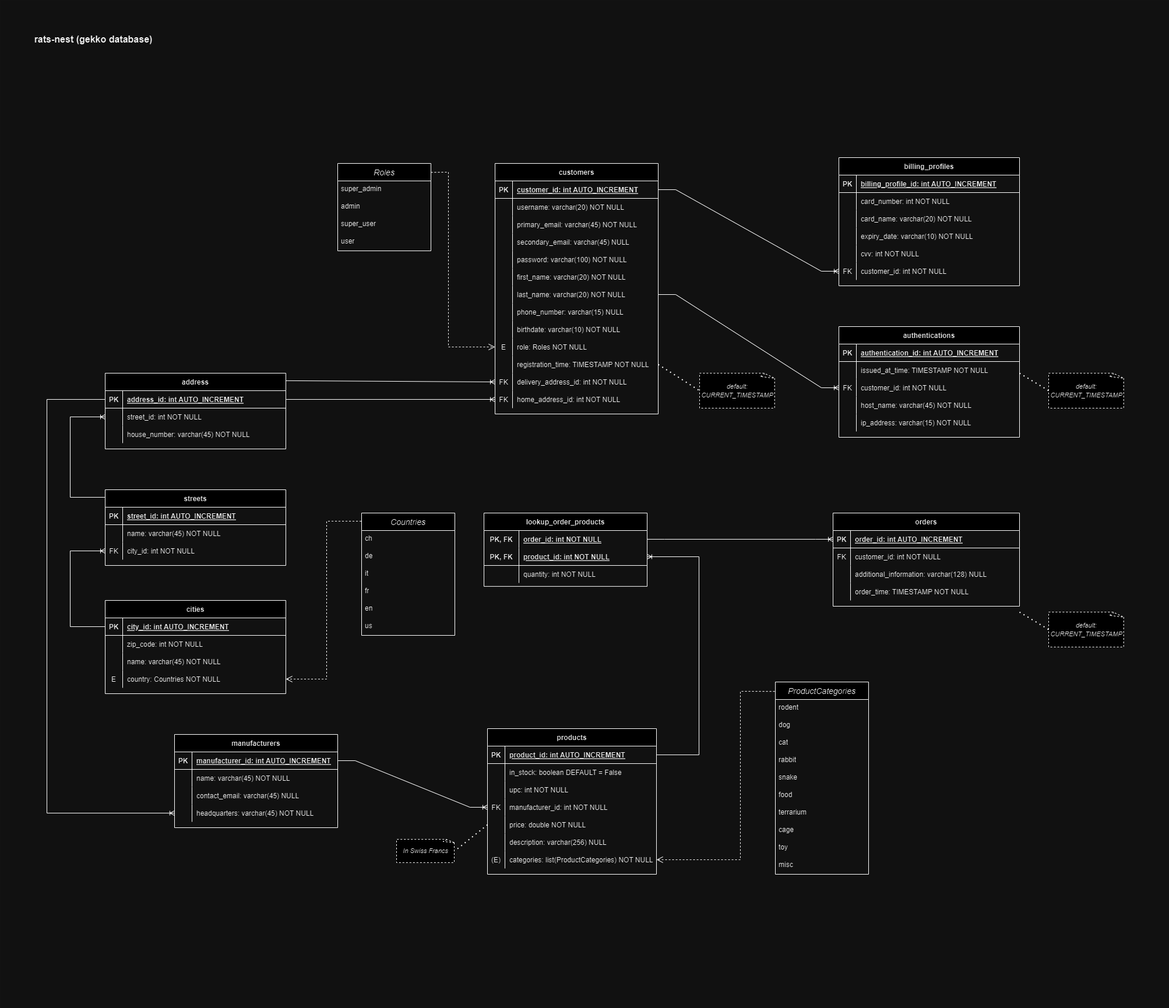
This is docs/erm/rats_nest_relational_erd.png from DavidAbderhalden/rats-nest, a draw.io export, as it was before one commit. Source tidied: cells renumbered, new cells last; positions are measured from the earlier drawing's top-left corner, leaving out a move shared by most shapes.
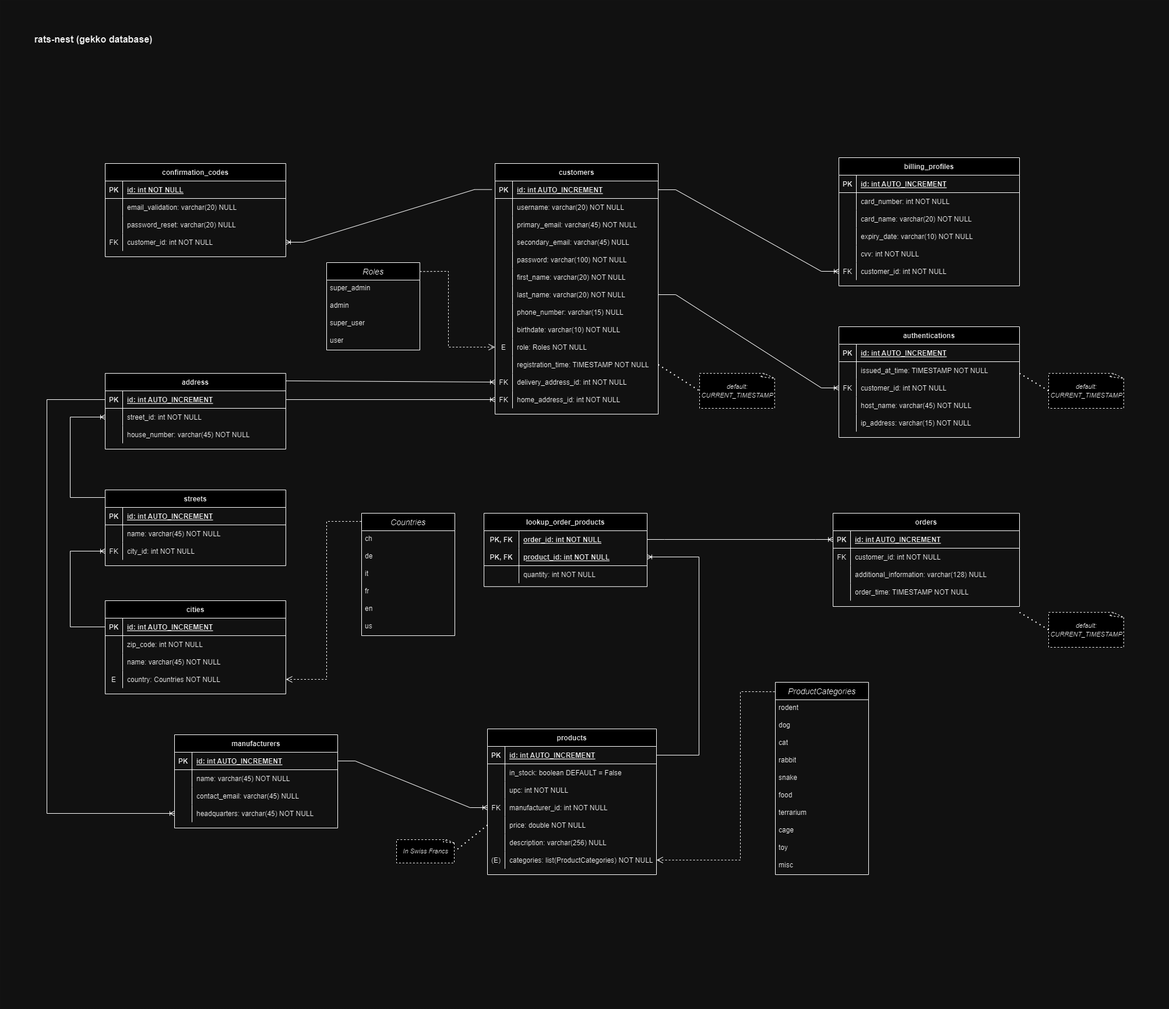
The same diagram one commit later.

Diff of the diagram source:
```diff
@@ -14,7 +14,7 @@
     <mxCell id="5" value="PK" style="shape=partialRectangle;overflow=hidden;fillColor=none;top=0;left=0;bottom=0;right=0;fontStyle=1;" parent="4" vertex="1">
       <mxGeometry width="30" height="30" as="geometry" />
     </mxCell>
-    <mxCell id="6" value="customer_id: int AUTO_INCREMENT" style="shape=partialRectangle;overflow=hidden;fillColor=none;top=0;left=0;bottom=0;right=0;align=left;spacingLeft=6;fontStyle=5;" parent="4" vertex="1">
+    <mxCell id="6" value="id: int AUTO_INCREMENT" style="shape=partialRectangle;overflow=hidden;fillColor=none;top=0;left=0;bottom=0;right=0;align=left;spacingLeft=6;fontStyle=5;" parent="4" vertex="1">
       <mxGeometry x="30" width="250" height="30" as="geometry" />
     </mxCell>
     <mxCell id="7" style="shape=partialRectangle;fillColor=none;top=0;left=0;right=0;bottom=0;" parent="3" vertex="1">
@@ -134,7 +134,7 @@
     <mxCell id="45" value="PK" style="shape=partialRectangle;overflow=hidden;fillColor=none;top=0;left=0;bottom=0;right=0;fontStyle=1;" parent="44" vertex="1">
       <mxGeometry width="30" height="30" as="geometry" />
     </mxCell>
-    <mxCell id="46" value="billing_profile_id: int AUTO_INCREMENT" style="shape=partialRectangle;overflow=hidden;fillColor=none;top=0;left=0;bottom=0;right=0;align=left;spacingLeft=6;fontStyle=5;" parent="44" vertex="1">
+    <mxCell id="46" value="id: int AUTO_INCREMENT" style="shape=partialRectangle;overflow=hidden;fillColor=none;top=0;left=0;bottom=0;right=0;align=left;spacingLeft=6;fontStyle=5;" parent="44" vertex="1">
       <mxGeometry x="30" width="280" height="30" as="geometry" />
     </mxCell>
     <mxCell id="47" style="shape=partialRectangle;fillColor=none;top=0;left=0;right=0;bottom=0;" parent="43" vertex="1">
@@ -192,7 +192,7 @@
       <mxGeometry relative="1" as="geometry" />
     </mxCell>
     <mxCell id="65" value="Roles" style="swimlane;fontStyle=2;horizontal=1;startSize=30;align=center;fontSize=14;" parent="1" vertex="1">
-      <mxGeometry x="579" y="280" width="160" height="150" as="geometry" />
+      <mxGeometry x="560" y="450" width="160" height="150" as="geometry" />
     </mxCell>
     <mxCell id="66" value="super_admin" style="text;strokeColor=none;fillColor=none;spacingLeft=4;spacingRight=4;overflow=hidden;fontSize=12;whiteSpace=wrap;html=1;" parent="65" vertex="1">
       <mxGeometry y="30" width="160" height="30" as="geometry" />
@@ -209,7 +209,7 @@
     <mxCell id="70" style="endArrow=open;html=1;rounded=0;exitX=1;exitY=0.102;exitDx=0;exitDy=0;entryX=0;entryY=0.5;entryDx=0;entryDy=0;exitPerimeter=0;dashed=1;endFill=0;strokeWidth=1;endSize=9;startSize=6;" parent="1" edge="1" source="65" target="31">
       <mxGeometry relative="1" as="geometry">
         <Array as="points">
-          <mxPoint x="769" y="295" />
+          <mxPoint x="769" y="465" />
           <mxPoint x="769" y="595" />
         </Array>
       </mxGeometry>
@@ -226,7 +226,7 @@
     <mxCell id="74" value="PK" style="shape=partialRectangle;overflow=hidden;fillColor=none;top=0;left=0;bottom=0;right=0;fontStyle=1;" parent="73" vertex="1">
       <mxGeometry width="30" height="30" as="geometry" />
     </mxCell>
-    <mxCell id="75" value="authentication_id: int AUTO_INCREMENT" style="shape=partialRectangle;overflow=hidden;fillColor=none;top=0;left=0;bottom=0;right=0;align=left;spacingLeft=6;fontStyle=5;" parent="73" vertex="1">
+    <mxCell id="75" value="id: int AUTO_INCREMENT" style="shape=partialRectangle;overflow=hidden;fillColor=none;top=0;left=0;bottom=0;right=0;align=left;spacingLeft=6;fontStyle=5;" parent="73" vertex="1">
       <mxGeometry x="30" width="280" height="30" as="geometry" />
     </mxCell>
     <mxCell id="76" style="shape=partialRectangle;fillColor=none;top=0;left=0;right=0;bottom=0;" parent="72" vertex="1">
@@ -286,7 +286,7 @@
     <mxCell id="93" value="PK" style="shape=partialRectangle;overflow=hidden;fillColor=none;top=0;left=0;bottom=0;right=0;fontStyle=1;" parent="92" vertex="1">
       <mxGeometry width="30" height="30" as="geometry" />
     </mxCell>
-    <mxCell id="94" value="product_id: int AUTO_INCREMENT" style="shape=partialRectangle;overflow=hidden;fillColor=none;top=0;left=0;bottom=0;right=0;align=left;spacingLeft=6;fontStyle=5;" parent="92" vertex="1">
+    <mxCell id="94" value="id: int AUTO_INCREMENT" style="shape=partialRectangle;overflow=hidden;fillColor=none;top=0;left=0;bottom=0;right=0;align=left;spacingLeft=6;fontStyle=5;" parent="92" vertex="1">
       <mxGeometry x="30" width="260" height="30" as="geometry" />
     </mxCell>
     <mxCell id="95" style="shape=partialRectangle;fillColor=none;top=0;left=0;right=0;bottom=0;" parent="91" vertex="1">
@@ -352,7 +352,7 @@
     <mxCell id="115" value="PK" style="shape=partialRectangle;overflow=hidden;fillColor=none;top=0;left=0;bottom=0;right=0;fontStyle=1;" parent="114" vertex="1">
       <mxGeometry width="30" height="30" as="geometry" />
     </mxCell>
-    <mxCell id="116" value="order_id: int AUTO_INCREMENT" style="shape=partialRectangle;overflow=hidden;fillColor=none;top=0;left=0;bottom=0;right=0;align=left;spacingLeft=6;fontStyle=5;" parent="114" vertex="1">
+    <mxCell id="116" value="id: int AUTO_INCREMENT" style="shape=partialRectangle;overflow=hidden;fillColor=none;top=0;left=0;bottom=0;right=0;align=left;spacingLeft=6;fontStyle=5;" parent="114" vertex="1">
       <mxGeometry x="30" width="290" height="30" as="geometry" />
     </mxCell>
     <mxCell id="117" style="shape=partialRectangle;fillColor=none;top=0;left=0;right=0;bottom=0;" parent="113" vertex="1">
@@ -454,7 +454,7 @@
     <mxCell id="149" value="PK" style="shape=partialRectangle;overflow=hidden;fillColor=none;top=0;left=0;bottom=0;right=0;fontStyle=1;" parent="148" vertex="1">
       <mxGeometry width="30" height="30" as="geometry" />
     </mxCell>
-    <mxCell id="150" value="manufacturer_id: int AUTO_INCREMENT" style="shape=partialRectangle;overflow=hidden;fillColor=none;top=0;left=0;bottom=0;right=0;align=left;spacingLeft=6;fontStyle=5;" parent="148" vertex="1">
+    <mxCell id="150" value="id: int AUTO_INCREMENT" style="shape=partialRectangle;overflow=hidden;fillColor=none;top=0;left=0;bottom=0;right=0;align=left;spacingLeft=6;fontStyle=5;" parent="148" vertex="1">
       <mxGeometry x="30" width="250" height="30" as="geometry" />
     </mxCell>
     <mxCell id="151" style="shape=partialRectangle;fillColor=none;top=0;left=0;right=0;bottom=0;" parent="147" vertex="1">
@@ -518,7 +518,7 @@
     <mxCell id="168" value="PK" style="shape=partialRectangle;overflow=hidden;fillColor=none;top=0;left=0;bottom=0;right=0;fontStyle=1;" parent="167" vertex="1">
       <mxGeometry width="30" height="30" as="geometry" />
     </mxCell>
-    <mxCell id="169" value="address_id: int AUTO_INCREMENT" style="shape=partialRectangle;overflow=hidden;fillColor=none;top=0;left=0;bottom=0;right=0;align=left;spacingLeft=6;fontStyle=5;" parent="167" vertex="1">
+    <mxCell id="169" value="id: int AUTO_INCREMENT" style="shape=partialRectangle;overflow=hidden;fillColor=none;top=0;left=0;bottom=0;right=0;align=left;spacingLeft=6;fontStyle=5;" parent="167" vertex="1">
       <mxGeometry x="30" width="280" height="30" as="geometry" />
     </mxCell>
     <mxCell id="170" style="shape=partialRectangle;fillColor=none;points=[[0,0.5],[1,0.5]];portConstraint=eastwest;top=0;left=0;right=0;bottom=0;" parent="166" vertex="1">
@@ -548,7 +548,7 @@
     <mxCell id="178" value="PK" style="shape=partialRectangle;overflow=hidden;fillColor=none;top=0;left=0;bottom=0;right=0;fontStyle=1;" parent="177" vertex="1">
       <mxGeometry width="30" height="30" as="geometry" />
     </mxCell>
-    <mxCell id="179" value="street_id: int AUTO_INCREMENT" style="shape=partialRectangle;overflow=hidden;fillColor=none;top=0;left=0;bottom=0;right=0;align=left;spacingLeft=6;fontStyle=5;" parent="177" vertex="1">
+    <mxCell id="179" value="id: int AUTO_INCREMENT" style="shape=partialRectangle;overflow=hidden;fillColor=none;top=0;left=0;bottom=0;right=0;align=left;spacingLeft=6;fontStyle=5;" parent="177" vertex="1">
       <mxGeometry x="30" width="280" height="30" as="geometry" />
     </mxCell>
     <mxCell id="180" style="shape=partialRectangle;fillColor=none;top=0;left=0;right=0;bottom=0;" parent="176" vertex="1">
@@ -640,7 +640,7 @@
     <mxCell id="202" value="PK" style="shape=partialRectangle;overflow=hidden;fillColor=none;top=0;left=0;bottom=0;right=0;fontStyle=1;" parent="201" vertex="1">
       <mxGeometry width="30" height="30" as="geometry" />
     </mxCell>
-    <mxCell id="203" value="city_id: int AUTO_INCREMENT" style="shape=partialRectangle;overflow=hidden;fillColor=none;top=0;left=0;bottom=0;right=0;align=left;spacingLeft=6;fontStyle=5;" parent="201" vertex="1">
+    <mxCell id="203" value="id: int AUTO_INCREMENT" style="shape=partialRectangle;overflow=hidden;fillColor=none;top=0;left=0;bottom=0;right=0;align=left;spacingLeft=6;fontStyle=5;" parent="201" vertex="1">
       <mxGeometry x="30" width="280" height="30" as="geometry" />
     </mxCell>
     <mxCell id="204" style="shape=partialRectangle;fillColor=none;top=0;left=0;right=0;bottom=0;" parent="200" vertex="1">
@@ -678,5 +678,47 @@
         </Array>
       </mxGeometry>
     </mxCell>
+    <mxCell id="214" value="confirmation_codes" style="shape=table;startSize=30;rowLines=0;fontStyle=1;align=center;" parent="1" vertex="1">
+      <mxGeometry x="180" y="280" width="310" height="160" as="geometry" />
+    </mxCell>
+    <mxCell id="215" style="shape=partialRectangle;fillColor=none;top=0;left=0;right=0;bottom=1;" parent="214" vertex="1">
+      <mxGeometry y="30" width="310" height="30" as="geometry" />
+    </mxCell>
+    <mxCell id="216" value="PK" style="shape=partialRectangle;overflow=hidden;fillColor=none;top=0;left=0;bottom=0;right=0;fontStyle=1;" parent="215" vertex="1">
+      <mxGeometry width="30" height="30" as="geometry" />
+    </mxCell>
+    <mxCell id="217" value="id: int NOT NULL" style="shape=partialRectangle;overflow=hidden;fillColor=none;top=0;left=0;bottom=0;right=0;align=left;spacingLeft=6;fontStyle=5;" parent="215" vertex="1">
+      <mxGeometry x="30" width="280" height="30" as="geometry" />
+    </mxCell>
+    <mxCell id="218" style="shape=partialRectangle;fillColor=none;top=0;left=0;right=0;bottom=0;" parent="214" vertex="1">
+      <mxGeometry y="60" width="310" height="30" as="geometry" />
+    </mxCell>
+    <mxCell id="219" style="shape=partialRectangle;overflow=hidden;fillColor=none;top=0;left=0;bottom=0;right=0;" parent="218" vertex="1">
+      <mxGeometry width="30" height="30" as="geometry" />
+    </mxCell>
+    <mxCell id="220" value="email_validation: varchar(20) NULL" style="shape=partialRectangle;overflow=hidden;fillColor=none;top=0;left=0;bottom=0;right=0;align=left;spacingLeft=6;" parent="218" vertex="1">
+      <mxGeometry x="30" width="280" height="30" as="geometry" />
+    </mxCell>
+    <mxCell id="221" style="shape=partialRectangle;fillColor=none;top=0;left=0;right=0;bottom=0;" parent="214" vertex="1">
+      <mxGeometry y="90" width="310" height="30" as="geometry" />
+    </mxCell>
+    <mxCell id="222" style="shape=partialRectangle;overflow=hidden;fillColor=none;top=0;left=0;bottom=0;right=0;" parent="221" vertex="1">
+      <mxGeometry width="30" height="30" as="geometry" />
+    </mxCell>
+    <mxCell id="223" value="password_reset: varchar(20) NULL" style="shape=partialRectangle;overflow=hidden;fillColor=none;top=0;left=0;bottom=0;right=0;align=left;spacingLeft=6;" parent="221" vertex="1">
+      <mxGeometry x="30" width="280" height="30" as="geometry" />
+    </mxCell>
+    <mxCell id="224" style="shape=partialRectangle;fillColor=none;points=[[0,0.5],[1,0.5]];portConstraint=eastwest;top=0;left=0;right=0;bottom=0;" parent="214" vertex="1">
+      <mxGeometry y="120" width="310" height="30" as="geometry" />
+    </mxCell>
+    <mxCell id="225" value="FK" style="shape=partialRectangle;overflow=hidden;fillColor=none;top=0;left=0;bottom=0;right=0;" parent="224" vertex="1">
+      <mxGeometry width="30" height="30" as="geometry" />
+    </mxCell>
+    <mxCell id="226" value="customer_id: int NOT NULL" style="shape=partialRectangle;overflow=hidden;fillColor=none;top=0;left=0;bottom=0;right=0;align=left;spacingLeft=6;" parent="224" vertex="1">
+      <mxGeometry x="30" width="280" height="30" as="geometry" />
+    </mxCell>
+    <mxCell id="227" style="edgeStyle=entityRelationEdgeStyle;fontSize=12;html=1;endArrow=ERoneToMany;rounded=0;exitX=-0.019;exitY=0.489;exitDx=0;exitDy=0;entryX=1;entryY=0.5;entryDx=0;entryDy=0;exitPerimeter=0;" parent="1" edge="1" source="4" target="224">
+      <mxGeometry relative="1" as="geometry" />
+    </mxCell>
   </root>
 </mxGraphModel>
```
